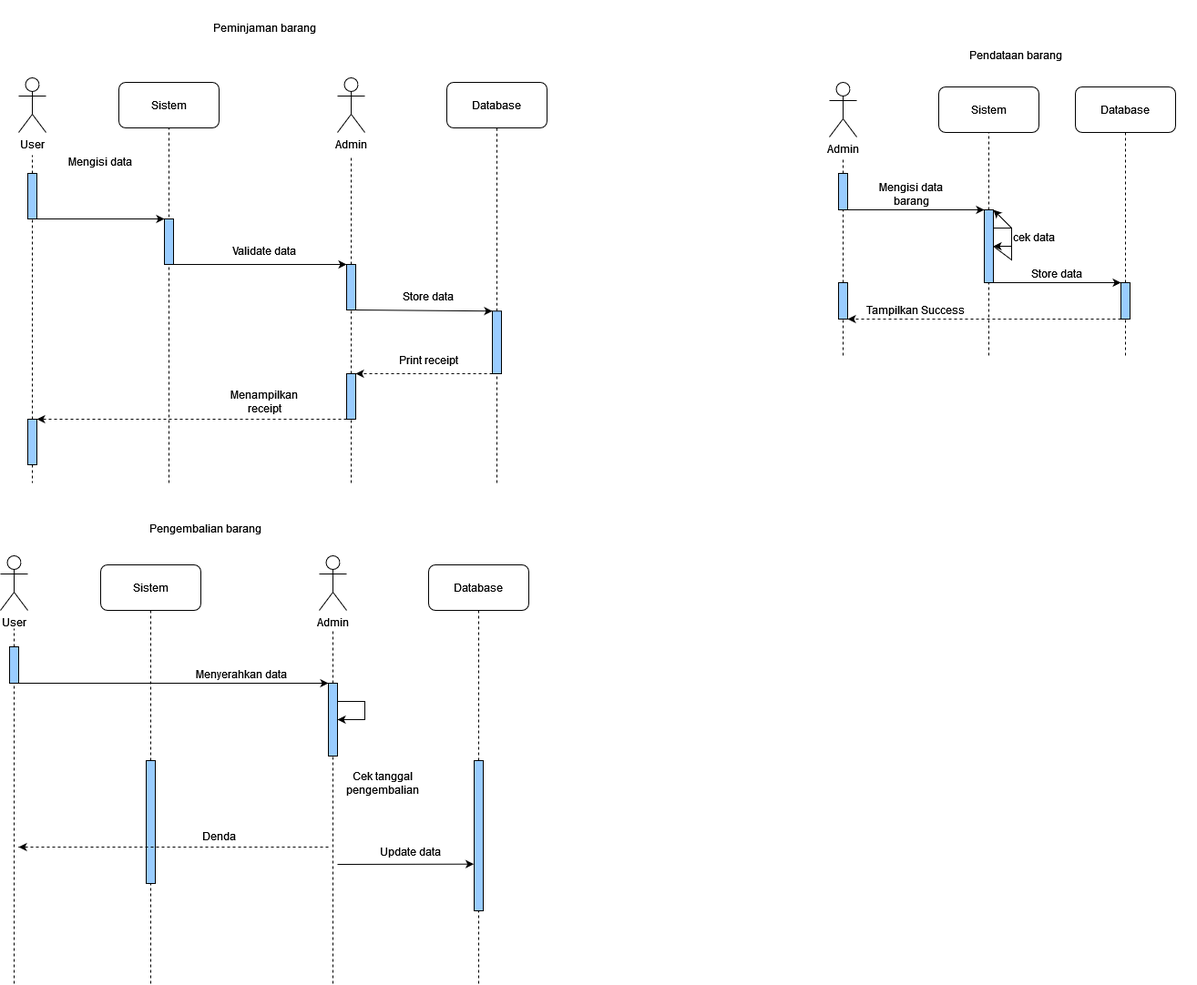
Above: diagrams/Sequence Diagram.drawio.png in johannfac/aplikasipeminjamanaset (draw.io), before the change. Source tidied: cells renumbered, new cells last; positions are measured from the earlier drawing's top-left corner, leaving out a move shared by most shapes.
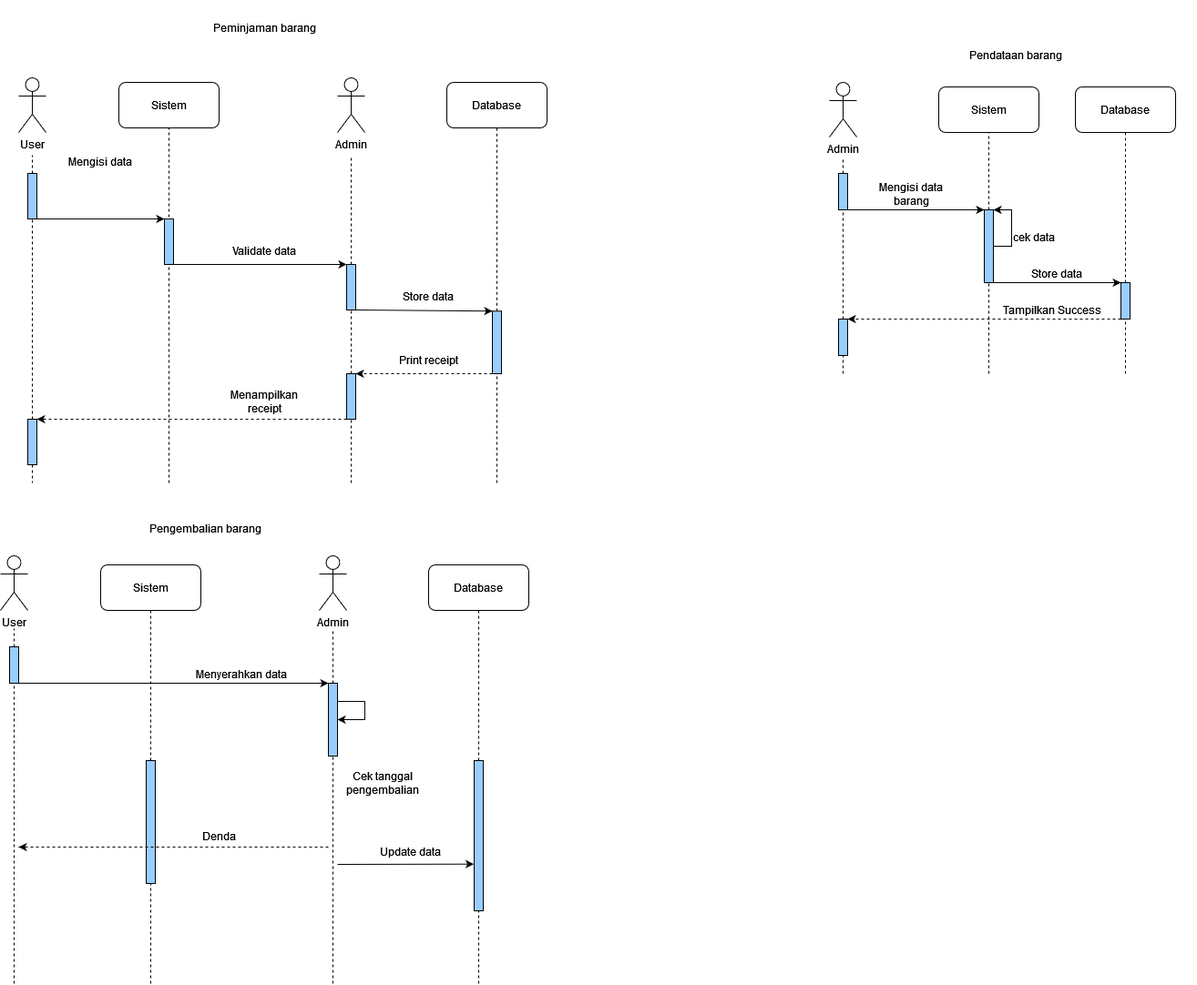
Later version of the same file.

Change to the diagram source:
```diff
@@ -120,14 +120,6 @@
     <mxCell id="33" style="endArrow=none;dashed=1;html=1;rounded=0;" parent="1" edge="1" source="45" target="32">
       <mxGeometry relative="1" as="geometry" />
     </mxCell>
-    <mxCell id="34" style="edgeStyle=orthogonalEdgeStyle;rounded=0;orthogonalLoop=1;jettySize=auto;html=1;exitX=1;exitY=0.25;exitDx=0;exitDy=0;endArrow=classic;endFill=1;entryX=1;entryY=0.5;entryDx=0;entryDy=0;" parent="1" edge="1" source="35" target="35">
-      <mxGeometry relative="1" as="geometry">
-        <Array as="points">
-          <mxPoint x="1110" y="250" />
-          <mxPoint x="1110" y="270" />
-        </Array>
-      </mxGeometry>
-    </mxCell>
     <mxCell id="35" style="rounded=0;whiteSpace=wrap;html=1;fillColor=#99CCFF;" parent="1" vertex="1">
       <mxGeometry x="1080" y="230" width="10" height="80" as="geometry" />
     </mxCell>
@@ -154,31 +146,31 @@
     </mxCell>
     <mxCell id="42" style="endArrow=none;dashed=1;html=1;rounded=0;" parent="1" edge="1" target="35">
       <mxGeometry relative="1" as="geometry">
-        <mxPoint x="1085" y="390" as="sourcePoint" />
+        <mxPoint x="1085" y="410" as="sourcePoint" />
       </mxGeometry>
     </mxCell>
     <mxCell id="43" style="endArrow=none;dashed=1;html=1;rounded=0;" parent="1" edge="1" target="40">
       <mxGeometry relative="1" as="geometry">
-        <mxPoint x="1235" y="390" as="sourcePoint" />
+        <mxPoint x="1235" y="410" as="sourcePoint" />
       </mxGeometry>
     </mxCell>
-    <mxCell id="44" style="edgeStyle=orthogonalEdgeStyle;rounded=0;jettySize=auto;html=1;dashed=1;exitX=0;exitY=1;exitDx=0;exitDy=0;entryX=1;entryY=1;entryDx=0;entryDy=0;" parent="1" edge="1" source="40" target="45">
+    <mxCell id="44" style="edgeStyle=orthogonalEdgeStyle;rounded=0;jettySize=auto;html=1;dashed=1;exitX=0;exitY=1;exitDx=0;exitDy=0;entryX=1;entryY=0;entryDx=0;entryDy=0;" parent="1" edge="1" source="40" target="45">
       <mxGeometry relative="1" as="geometry">
         <Array as="points">
-          <mxPoint x="1040" y="350" />
-          <mxPoint x="1040" y="350" />
+          <mxPoint x="1150" y="350" />
+          <mxPoint x="1150" y="350" />
         </Array>
       </mxGeometry>
     </mxCell>
     <mxCell id="45" style="rounded=0;whiteSpace=wrap;html=1;fillColor=#99CCFF;" parent="1" vertex="1">
-      <mxGeometry x="920" y="310" width="10" height="40" as="geometry" />
+      <mxGeometry x="920" y="350" width="10" height="40" as="geometry" />
     </mxCell>
     <mxCell id="46" value="Tampilkan Success" style="text;html=1;strokeColor=none;fillColor=none;align=center;verticalAlign=middle;whiteSpace=wrap;rounded=0;" parent="1" vertex="1">
-      <mxGeometry x="950" y="330" width="110" height="20" as="geometry" />
+      <mxGeometry x="1100" y="330" width="110" height="20" as="geometry" />
     </mxCell>
     <mxCell id="47" style="endArrow=none;dashed=1;html=1;rounded=0;entryX=0.5;entryY=1;entryDx=0;entryDy=0;" parent="1" edge="1" target="45">
       <mxGeometry relative="1" as="geometry">
-        <mxPoint x="925" y="390" as="sourcePoint" />
+        <mxPoint x="925" y="410" as="sourcePoint" />
       </mxGeometry>
     </mxCell>
     <mxCell id="48" value="cek data" style="text;html=1;strokeColor=none;fillColor=none;align=center;verticalAlign=middle;whiteSpace=wrap;rounded=0;" parent="1" vertex="1">
@@ -318,8 +310,8 @@
     <mxCell id="83" style="endArrow=classic;html=1;rounded=0;exitX=1;exitY=0.5;exitDx=0;exitDy=0;entryX=1;entryY=0;entryDx=0;entryDy=0;" parent="1" edge="1" source="35" target="35">
       <mxGeometry relative="1" as="geometry">
         <Array as="points">
-          <mxPoint x="1110" y="285" />
-          <mxPoint x="1110" y="250" />
+          <mxPoint x="1110" y="270" />
+          <mxPoint x="1110" y="230" />
         </Array>
       </mxGeometry>
     </mxCell>
```
